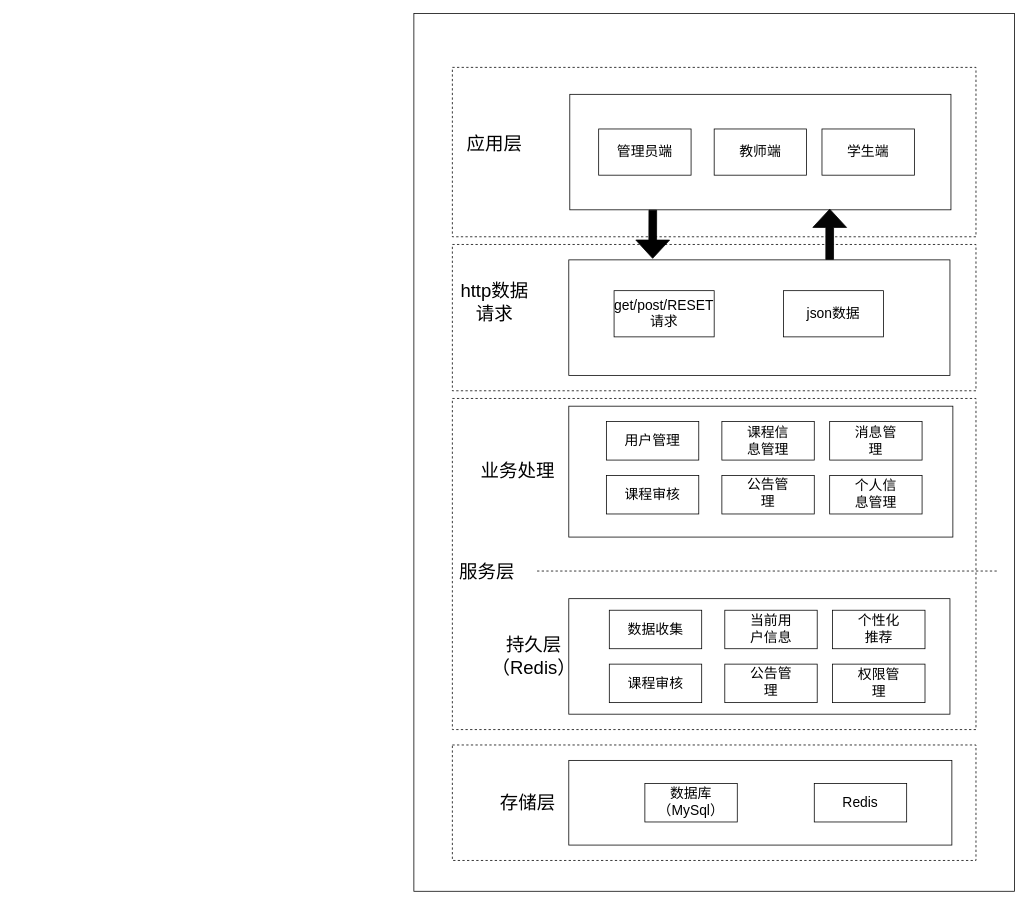
Above: 未命名绘图.drawio in jianjianjianads/site (draw.io), before the change. Source tidied: cells renumbered, new cells numbered last; positions are measured from the earlier drawing's top-left corner, leaving out a move shared by most shapes. Both pictures are drawn from the tidied source at 77%, with x=0, y=0 at pixel (413, 13).
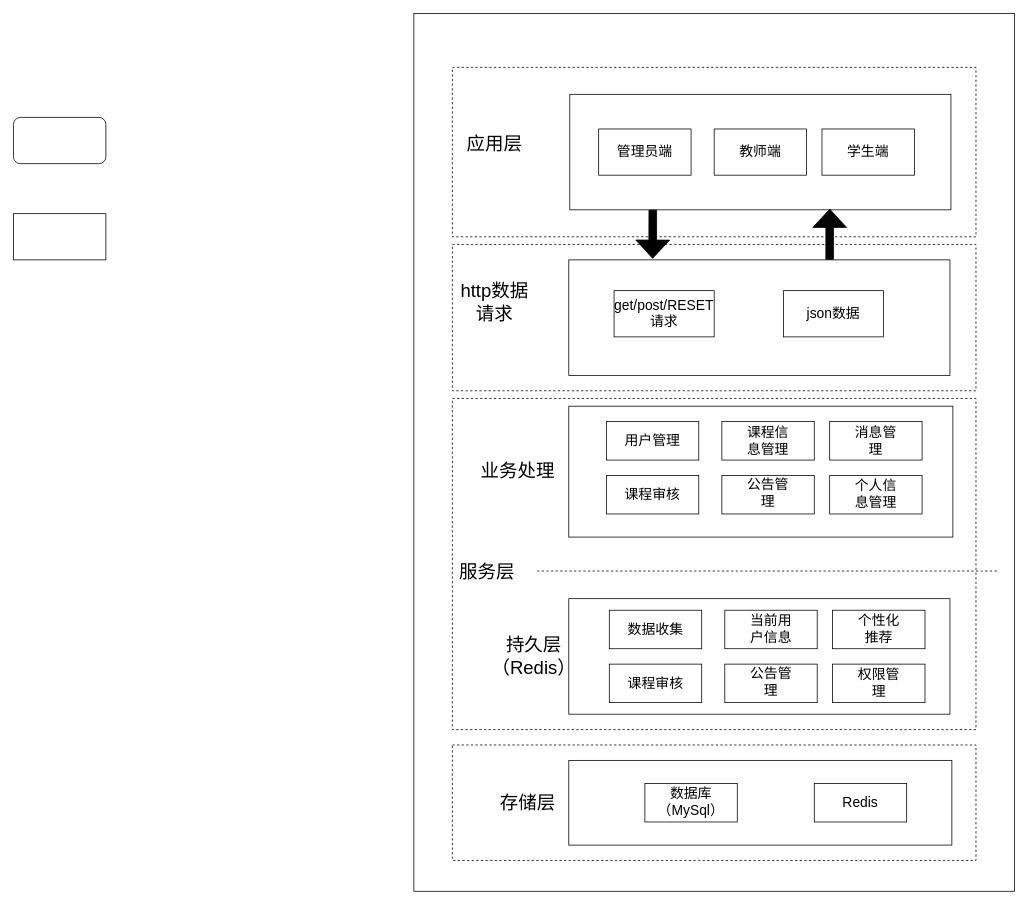
The same page after the edit.

Commit message:
更新未命名绘图.drawio

Change to the diagram source:
```diff
@@
+    <mxCell id="59" style="rounded=1;whiteSpace=wrap;html=1;" parent="1" vertex="1">
+      <mxGeometry x="-520" y="135" width="120" height="60" as="geometry" />
+    </mxCell>
+    <mxCell id="60" style="rounded=0;whiteSpace=wrap;html=1;" parent="1" vertex="1">
+      <mxGeometry x="-520" y="260" width="120" height="60" as="geometry" />
+    </mxCell>
```
